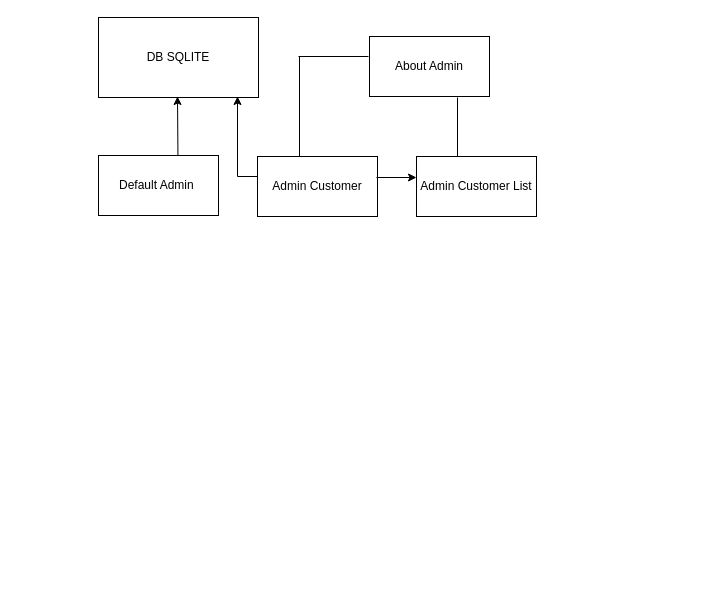
The draw.io diagram SalesManagementSystem.drawio in x23203595/PipelineStagingSalesManagementSystem, before the edit. Source tidied: cells renumbered, new cells numbered last; positions are measured from the earlier drawing's top-left corner, leaving out a move shared by most shapes. Both pictures are drawn from the tidied source at 100%, with x=0, y=0 at pixel (98, 17).
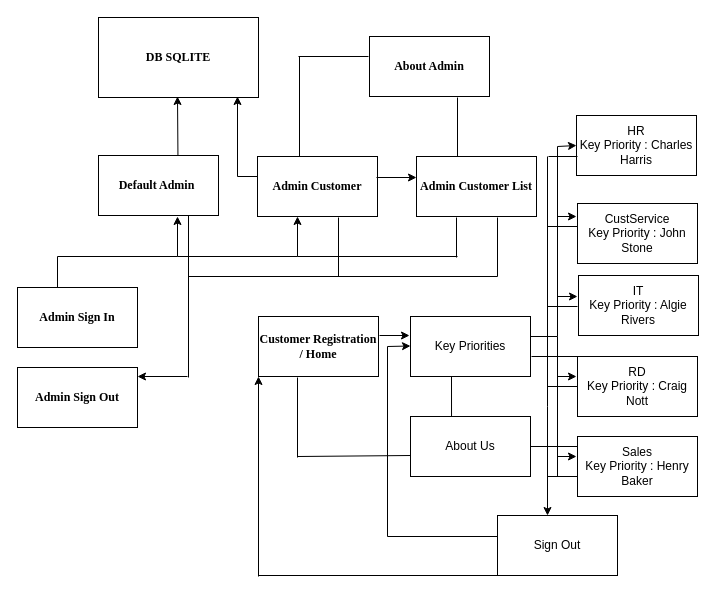
After the change.

The edit, as a diff of the source:
```diff
@@
-    <mxCell id="2" value="DB SQLITE" style="rounded=0;whiteSpace=wrap;html=1;" parent="1" vertex="1">
+    <mxCell id="2" value="DB SQLITE" style="rounded=0;whiteSpace=wrap;html=1;fontFamily=Times New Roman;fontStyle=1;" parent="1" vertex="1">
       <mxGeometry width="160" height="80" as="geometry" />
     </mxCell>
-    <mxCell id="3" value="Default Admin&amp;nbsp;" style="rounded=0;whiteSpace=wrap;html=1;" parent="1" vertex="1">
+    <mxCell id="3" value="Default Admin&amp;nbsp;" style="rounded=0;whiteSpace=wrap;html=1;fontFamily=Times New Roman;fontStyle=1;" parent="1" vertex="1">
       <mxGeometry y="138" width="120" height="60" as="geometry" />
     </mxCell>
-    <mxCell id="4" value="Admin Customer" style="rounded=0;whiteSpace=wrap;html=1;" parent="1" vertex="1">
+    <mxCell id="4" value="Admin Customer" style="rounded=0;whiteSpace=wrap;html=1;fontFamily=Times New Roman;fontStyle=1;" parent="1" vertex="1">
       <mxGeometry x="159" y="139" width="120" height="60" as="geometry" />
     </mxCell>
-    <mxCell id="5" value="About Admin" style="rounded=0;whiteSpace=wrap;html=1;" parent="1" vertex="1">
+    <mxCell id="5" value="About Admin" style="rounded=0;whiteSpace=wrap;html=1;fontFamily=Times New Roman;fontStyle=1;" parent="1" vertex="1">
       <mxGeometry x="271" y="19" width="120" height="60" as="geometry" />
     </mxCell>
-    <mxCell id="6" value="Admin Customer List" style="rounded=0;whiteSpace=wrap;html=1;" parent="1" vertex="1">
+    <mxCell id="6" value="Admin Customer List" style="rounded=0;whiteSpace=wrap;html=1;fontFamily=Times New Roman;fontStyle=1;" parent="1" vertex="1">
       <mxGeometry x="318" y="139" width="120" height="60" as="geometry" />
     </mxCell>
-    <mxCell id="7" style="endArrow=none;html=1;rounded=0;" parent="1" edge="1">
+    <mxCell id="7" style="endArrow=none;html=1;rounded=0;fontFamily=Times New Roman;fontStyle=1;" parent="1" edge="1">
       <mxGeometry relative="1" as="geometry">
         <mxPoint x="201" y="139" as="sourcePoint" />
         <mxPoint x="201" y="39" as="targetPoint" />
       </mxGeometry>
     </mxCell>
-    <mxCell id="8" style="endArrow=none;html=1;rounded=0;" parent="1" edge="1">
+    <mxCell id="8" style="endArrow=none;html=1;rounded=0;fontFamily=Times New Roman;fontStyle=1;" parent="1" edge="1">
       <mxGeometry relative="1" as="geometry">
         <mxPoint x="200" y="39" as="sourcePoint" />
         <mxPoint x="270" y="39" as="targetPoint" />
       </mxGeometry>
     </mxCell>
-    <mxCell id="9" style="endArrow=none;html=1;rounded=0;exitX=0;exitY=0;exitDx=0;exitDy=0;" parent="1" edge="1">
+    <mxCell id="9" style="endArrow=none;html=1;rounded=0;exitX=0;exitY=0;exitDx=0;exitDy=0;fontFamily=Times New Roman;fontStyle=1;" parent="1" edge="1">
       <mxGeometry relative="1" as="geometry">
         <mxPoint x="359" y="139" as="sourcePoint" />
         <mxPoint x="359" y="80" as="targetPoint" />
       </mxGeometry>
     </mxCell>
-    <mxCell id="10" style="endArrow=classic;html=1;rounded=0;" parent="1" edge="1">
+    <mxCell id="10" style="endArrow=classic;html=1;rounded=0;fontFamily=Times New Roman;fontStyle=1;" parent="1" edge="1">
       <mxGeometry relative="1" as="geometry">
         <mxPoint x="278" y="160" as="sourcePoint" />
         <mxPoint x="318" y="160" as="targetPoint" />
       </mxGeometry>
     </mxCell>
-    <mxCell id="11" style="endArrow=classic;html=1;rounded=0;exitX=0.662;exitY=-0.007;exitDx=0;exitDy=0;exitPerimeter=0;" parent="1" edge="1" source="3">
+    <mxCell id="11" style="endArrow=classic;html=1;rounded=0;exitX=0.662;exitY=-0.007;exitDx=0;exitDy=0;exitPerimeter=0;fontFamily=Times New Roman;fontStyle=1;" parent="1" edge="1" source="3">
       <mxGeometry relative="1" as="geometry">
         <mxPoint x="79" y="79" as="targetPoint" />
       </mxGeometry>
     </mxCell>
-    <mxCell id="12" style="endArrow=none;html=1;rounded=0;" parent="1" edge="1">
+    <mxCell id="12" style="endArrow=none;html=1;rounded=0;fontFamily=Times New Roman;fontStyle=1;" parent="1" edge="1">
       <mxGeometry relative="1" as="geometry">
         <mxPoint x="139" y="159" as="sourcePoint" />
         <mxPoint x="159" y="159" as="targetPoint" />
       </mxGeometry>
     </mxCell>
-    <mxCell id="13" style="endArrow=classic;html=1;rounded=0;" parent="1" edge="1">
+    <mxCell id="13" style="endArrow=classic;html=1;rounded=0;fontFamily=Times New Roman;fontStyle=1;" parent="1" edge="1">
       <mxGeometry relative="1" as="geometry">
         <mxPoint x="139" y="159" as="sourcePoint" />
         <mxPoint x="139" y="79" as="targetPoint" />
       </mxGeometry>
     </mxCell>
+    <mxCell id="14" value="Admin Sign In" style="rounded=0;whiteSpace=wrap;html=1;fontFamily=Times New Roman;fontStyle=1;" parent="1" vertex="1">
+      <mxGeometry x="-81" y="270" width="120" height="60" as="geometry" />
+    </mxCell>
+    <mxCell id="15" value="Admin Sign Out" style="rounded=0;whiteSpace=wrap;html=1;fontFamily=Times New Roman;fontStyle=1;" parent="1" vertex="1">
+      <mxGeometry x="-81" y="350" width="120" height="60" as="geometry" />
+    </mxCell>
+    <mxCell id="16" style="endArrow=none;html=1;rounded=0;fontFamily=Times New Roman;fontStyle=1;" parent="1" edge="1">
+      <mxGeometry relative="1" as="geometry">
+        <mxPoint x="-41" y="270" as="sourcePoint" />
+        <mxPoint x="-41" y="239" as="targetPoint" />
+      </mxGeometry>
+    </mxCell>
+    <mxCell id="17" style="endArrow=none;html=1;rounded=0;fontFamily=Times New Roman;fontStyle=1;" parent="1" edge="1">
+      <mxGeometry relative="1" as="geometry">
+        <mxPoint x="-41" y="239" as="sourcePoint" />
+        <mxPoint x="79" y="239" as="targetPoint" />
+      </mxGeometry>
+    </mxCell>
+    <mxCell id="18" style="endArrow=classic;html=1;rounded=0;fontFamily=Times New Roman;fontStyle=1;" parent="1" edge="1">
+      <mxGeometry relative="1" as="geometry">
+        <mxPoint x="79" y="239" as="sourcePoint" />
+        <mxPoint x="79" y="199" as="targetPoint" />
+      </mxGeometry>
+    </mxCell>
+    <mxCell id="19" style="endArrow=none;html=1;rounded=0;fontFamily=Times New Roman;fontStyle=1;" parent="1" edge="1">
+      <mxGeometry relative="1" as="geometry">
+        <mxPoint x="79" y="239" as="sourcePoint" />
+        <mxPoint x="199" y="239" as="targetPoint" />
+      </mxGeometry>
+    </mxCell>
+    <mxCell id="20" style="endArrow=none;html=1;rounded=0;fontFamily=Times New Roman;fontStyle=1;" parent="1" edge="1">
+      <mxGeometry relative="1" as="geometry">
+        <mxPoint x="199" y="239" as="sourcePoint" />
+        <mxPoint x="359" y="239" as="targetPoint" />
+      </mxGeometry>
+    </mxCell>
+    <mxCell id="21" style="endArrow=none;html=1;rounded=0;fontFamily=Times New Roman;fontStyle=1;" parent="1" edge="1">
+      <mxGeometry relative="1" as="geometry">
+        <mxPoint x="358" y="240" as="sourcePoint" />
+        <mxPoint x="358" y="200" as="targetPoint" />
+      </mxGeometry>
+    </mxCell>
+    <mxCell id="22" style="endArrow=none;html=1;rounded=0;entryX=0.75;entryY=1;entryDx=0;entryDy=0;fontFamily=Times New Roman;fontStyle=1;" parent="1" edge="1" target="3">
+      <mxGeometry relative="1" as="geometry">
+        <mxPoint x="90" y="360" as="sourcePoint" />
+      </mxGeometry>
+    </mxCell>
+    <mxCell id="23" style="endArrow=classic;html=1;rounded=0;fontFamily=Times New Roman;fontStyle=1;" parent="1" edge="1">
+      <mxGeometry relative="1" as="geometry">
+        <mxPoint x="89" y="359" as="sourcePoint" />
+        <mxPoint x="39" y="359" as="targetPoint" />
+      </mxGeometry>
+    </mxCell>
+    <mxCell id="24" style="endArrow=classic;html=1;rounded=0;fontFamily=Times New Roman;fontStyle=1;" parent="1" edge="1">
+      <mxGeometry relative="1" as="geometry">
+        <mxPoint x="199" y="239" as="sourcePoint" />
+        <mxPoint x="199" y="199" as="targetPoint" />
+      </mxGeometry>
+    </mxCell>
+    <mxCell id="25" style="endArrow=none;html=1;rounded=0;fontFamily=Times New Roman;fontStyle=1;" parent="1" edge="1">
+      <mxGeometry relative="1" as="geometry">
+        <mxPoint x="240" y="259" as="sourcePoint" />
+        <mxPoint x="240" y="200" as="targetPoint" />
+      </mxGeometry>
+    </mxCell>
+    <mxCell id="26" style="endArrow=none;html=1;rounded=0;fontFamily=Times New Roman;fontStyle=1;" parent="1" edge="1">
+      <mxGeometry relative="1" as="geometry">
+        <mxPoint x="90" y="259" as="sourcePoint" />
+        <mxPoint x="240" y="259" as="targetPoint" />
+      </mxGeometry>
+    </mxCell>
+    <mxCell id="27" style="endArrow=none;html=1;rounded=0;fontFamily=Times New Roman;fontStyle=1;" parent="1" edge="1">
+      <mxGeometry relative="1" as="geometry">
+        <mxPoint x="399" y="259" as="sourcePoint" />
+        <mxPoint x="399" y="200" as="targetPoint" />
+      </mxGeometry>
+    </mxCell>
+    <mxCell id="28" style="endArrow=none;html=1;rounded=0;fontFamily=Times New Roman;fontStyle=1;" parent="1" edge="1">
+      <mxGeometry relative="1" as="geometry">
+        <mxPoint x="239" y="259" as="sourcePoint" />
+        <mxPoint x="399" y="259" as="targetPoint" />
+      </mxGeometry>
+    </mxCell>
+    <mxCell id="29" value="Customer Registration / Home" style="rounded=0;whiteSpace=wrap;html=1;fontFamily=Times New Roman;fontStyle=1;" parent="1" vertex="1">
+      <mxGeometry x="160" y="299" width="120" height="60" as="geometry" />
+    </mxCell>
+    <mxCell id="30" value="Sign Out" style="rounded=0;whiteSpace=wrap;html=1;" parent="1" vertex="1">
+      <mxGeometry x="399" y="498" width="120" height="60" as="geometry" />
+    </mxCell>
+    <mxCell id="31" style="endArrow=none;html=1;rounded=0;entryX=0;entryY=1;entryDx=0;entryDy=0;" parent="1" edge="1">
+      <mxGeometry relative="1" as="geometry">
+        <mxPoint x="160" y="558" as="sourcePoint" />
+        <mxPoint x="400" y="558" as="targetPoint" />
+      </mxGeometry>
+    </mxCell>
+    <mxCell id="32" style="endArrow=classic;html=1;rounded=0;" parent="1" edge="1">
+      <mxGeometry relative="1" as="geometry">
+        <mxPoint x="160" y="559" as="sourcePoint" />
+        <mxPoint x="160" y="359" as="targetPoint" />
+      </mxGeometry>
+    </mxCell>
+    <mxCell id="33" value="Key Priorities" style="rounded=0;whiteSpace=wrap;html=1;" parent="1" vertex="1">
+      <mxGeometry x="312" y="299" width="120" height="60" as="geometry" />
+    </mxCell>
+    <mxCell id="34" value="About Us" style="rounded=0;whiteSpace=wrap;html=1;" parent="1" vertex="1">
+      <mxGeometry x="312" y="399" width="120" height="60" as="geometry" />
+    </mxCell>
+    <mxCell id="35" style="endArrow=none;html=1;rounded=0;exitX=0.342;exitY=0;exitDx=0;exitDy=0;exitPerimeter=0;" parent="1" edge="1" source="34">
+      <mxGeometry relative="1" as="geometry">
+        <mxPoint x="353" y="359" as="targetPoint" />
+      </mxGeometry>
+    </mxCell>
+    <mxCell id="36" style="endArrow=classic;html=1;rounded=0;" parent="1" edge="1">
+      <mxGeometry relative="1" as="geometry">
+        <mxPoint x="281" y="318" as="sourcePoint" />
+        <mxPoint x="311" y="318" as="targetPoint" />
+      </mxGeometry>
+    </mxCell>
+    <mxCell id="37" style="endArrow=none;html=1;rounded=0;" parent="1" edge="1">
+      <mxGeometry relative="1" as="geometry">
+        <mxPoint x="199" y="439" as="sourcePoint" />
+        <mxPoint x="312" y="438" as="targetPoint" />
+      </mxGeometry>
+    </mxCell>
+    <mxCell id="38" style="endArrow=none;html=1;rounded=0;" parent="1" edge="1">
+      <mxGeometry relative="1" as="geometry">
+        <mxPoint x="199" y="440" as="sourcePoint" />
+        <mxPoint x="199" y="360" as="targetPoint" />
+      </mxGeometry>
+    </mxCell>
+    <mxCell id="39" style="endArrow=none;html=1;rounded=0;" parent="1" edge="1">
+      <mxGeometry relative="1" as="geometry">
+        <mxPoint x="289" y="519" as="sourcePoint" />
+        <mxPoint x="399" y="519" as="targetPoint" />
+      </mxGeometry>
+    </mxCell>
+    <mxCell id="40" style="endArrow=none;html=1;rounded=0;" parent="1" edge="1">
+      <mxGeometry relative="1" as="geometry">
+        <mxPoint x="289" y="519" as="sourcePoint" />
+        <mxPoint x="289" y="329" as="targetPoint" />
+      </mxGeometry>
+    </mxCell>
+    <mxCell id="41" style="endArrow=classic;html=1;rounded=0;" parent="1" edge="1">
+      <mxGeometry relative="1" as="geometry">
+        <mxPoint x="289" y="329" as="sourcePoint" />
+        <mxPoint x="312" y="328.5" as="targetPoint" />
+      </mxGeometry>
+    </mxCell>
+    <mxCell id="42" value="CustService&lt;div&gt;Key Priority : John Stone&lt;/div&gt;" style="rounded=0;whiteSpace=wrap;html=1;" parent="1" vertex="1">
+      <mxGeometry x="479" y="186" width="120" height="60" as="geometry" />
+    </mxCell>
+    <mxCell id="43" value="HR&lt;div&gt;Key Priority : Charles Harris&lt;/div&gt;" style="rounded=0;whiteSpace=wrap;html=1;" parent="1" vertex="1">
+      <mxGeometry x="478" y="98" width="120" height="60" as="geometry" />
+    </mxCell>
+    <mxCell id="44" value="IT&lt;div&gt;Key Priority : Algie Rivers&lt;/div&gt;" style="rounded=0;whiteSpace=wrap;html=1;" parent="1" vertex="1">
+      <mxGeometry x="480" y="258" width="120" height="60" as="geometry" />
+    </mxCell>
+    <mxCell id="45" value="RD&lt;div&gt;Key Priority : Craig Nott&lt;/div&gt;" style="rounded=0;whiteSpace=wrap;html=1;" parent="1" vertex="1">
+      <mxGeometry x="479" y="339" width="120" height="60" as="geometry" />
+    </mxCell>
+    <mxCell id="46" value="Sales&lt;div&gt;Key Priority : Henry Baker&lt;/div&gt;" style="rounded=0;whiteSpace=wrap;html=1;" parent="1" vertex="1">
+      <mxGeometry x="479" y="419" width="120" height="60" as="geometry" />
+    </mxCell>
+    <mxCell id="47" style="endArrow=classic;html=1;rounded=0;" parent="1" edge="1">
+      <mxGeometry relative="1" as="geometry">
+        <mxPoint x="449" y="389" as="sourcePoint" />
+        <mxPoint x="449" y="498" as="targetPoint" />
+      </mxGeometry>
+    </mxCell>
+    <mxCell id="48" style="endArrow=none;html=1;rounded=0;" parent="1" edge="1">
+      <mxGeometry relative="1" as="geometry">
+        <mxPoint x="432" y="319" as="sourcePoint" />
+        <mxPoint x="459" y="319" as="targetPoint" />
+      </mxGeometry>
+    </mxCell>
+    <mxCell id="49" style="endArrow=none;html=1;rounded=0;" parent="1" edge="1">
+      <mxGeometry relative="1" as="geometry">
+        <mxPoint x="459" y="319" as="sourcePoint" />
+        <mxPoint x="459" y="129" as="targetPoint" />
+      </mxGeometry>
+    </mxCell>
+    <mxCell id="50" style="endArrow=classic;html=1;rounded=0;entryX=0;entryY=0.5;entryDx=0;entryDy=0;" parent="1" edge="1" target="43">
+      <mxGeometry relative="1" as="geometry">
+        <mxPoint x="459" y="129" as="sourcePoint" />
+      </mxGeometry>
+    </mxCell>
+    <mxCell id="51" style="endArrow=classic;html=1;rounded=0;" parent="1" edge="1">
+      <mxGeometry relative="1" as="geometry">
+        <mxPoint x="459" y="199" as="sourcePoint" />
+        <mxPoint x="478" y="199" as="targetPoint" />
+      </mxGeometry>
+    </mxCell>
+    <mxCell id="52" style="endArrow=classic;html=1;rounded=0;" parent="1" edge="1">
+      <mxGeometry relative="1" as="geometry">
+        <mxPoint x="459" y="279" as="sourcePoint" />
+        <mxPoint x="479" y="279" as="targetPoint" />
+      </mxGeometry>
+    </mxCell>
+    <mxCell id="53" style="endArrow=none;html=1;rounded=0;" parent="1" edge="1">
+      <mxGeometry relative="1" as="geometry">
+        <mxPoint x="459" y="459" as="sourcePoint" />
+        <mxPoint x="459" y="319" as="targetPoint" />
+      </mxGeometry>
+    </mxCell>
+    <mxCell id="54" style="endArrow=classic;html=1;rounded=0;" parent="1" edge="1">
+      <mxGeometry relative="1" as="geometry">
+        <mxPoint x="459" y="359" as="sourcePoint" />
+        <mxPoint x="478" y="359" as="targetPoint" />
+      </mxGeometry>
+    </mxCell>
+    <mxCell id="55" style="endArrow=classic;html=1;rounded=0;" parent="1" edge="1">
+      <mxGeometry relative="1" as="geometry">
+        <mxPoint x="459" y="439" as="sourcePoint" />
+        <mxPoint x="478" y="439" as="targetPoint" />
+      </mxGeometry>
+    </mxCell>
+    <mxCell id="56" style="endArrow=none;html=1;rounded=0;" parent="1" edge="1">
+      <mxGeometry relative="1" as="geometry">
+        <mxPoint x="449" y="459" as="sourcePoint" />
+        <mxPoint x="479" y="459" as="targetPoint" />
+      </mxGeometry>
+    </mxCell>
+    <mxCell id="57" style="endArrow=none;html=1;rounded=0;" parent="1" edge="1">
+      <mxGeometry relative="1" as="geometry">
+        <mxPoint x="449" y="389" as="sourcePoint" />
+        <mxPoint x="449" y="139" as="targetPoint" />
+      </mxGeometry>
+    </mxCell>
+    <mxCell id="58" style="endArrow=none;html=1;rounded=0;" parent="1" edge="1">
+      <mxGeometry relative="1" as="geometry">
+        <mxPoint x="449" y="369" as="sourcePoint" />
+        <mxPoint x="479" y="369" as="targetPoint" />
+      </mxGeometry>
+    </mxCell>
+    <mxCell id="59" style="endArrow=none;html=1;rounded=0;" parent="1" edge="1">
+      <mxGeometry relative="1" as="geometry">
+        <mxPoint x="449" y="289" as="sourcePoint" />
+        <mxPoint x="479" y="289" as="targetPoint" />
+      </mxGeometry>
+    </mxCell>
+    <mxCell id="60" style="endArrow=none;html=1;rounded=0;" parent="1" edge="1">
+      <mxGeometry relative="1" as="geometry">
+        <mxPoint x="449" y="209" as="sourcePoint" />
+        <mxPoint x="479" y="209" as="targetPoint" />
+      </mxGeometry>
+    </mxCell>
+    <mxCell id="61" style="endArrow=none;html=1;rounded=0;entryX=0;entryY=0.75;entryDx=0;entryDy=0;" parent="1" edge="1">
+      <mxGeometry relative="1" as="geometry">
+        <mxPoint x="450" y="139" as="sourcePoint" />
+        <mxPoint x="479" y="139" as="targetPoint" />
+      </mxGeometry>
+    </mxCell>
+    <mxCell id="62" style="endArrow=none;html=1;rounded=0;exitX=1;exitY=0.5;exitDx=0;exitDy=0;" parent="1" edge="1" source="34">
+      <mxGeometry relative="1" as="geometry">
+        <mxPoint x="479" y="429" as="targetPoint" />
+      </mxGeometry>
+    </mxCell>
+    <mxCell id="63" style="endArrow=none;html=1;rounded=0;entryX=0;entryY=0;entryDx=0;entryDy=0;" parent="1" edge="1" target="45">
+      <mxGeometry relative="1" as="geometry">
+        <mxPoint x="433" y="339" as="sourcePoint" />
+      </mxGeometry>
+    </mxCell>
```
